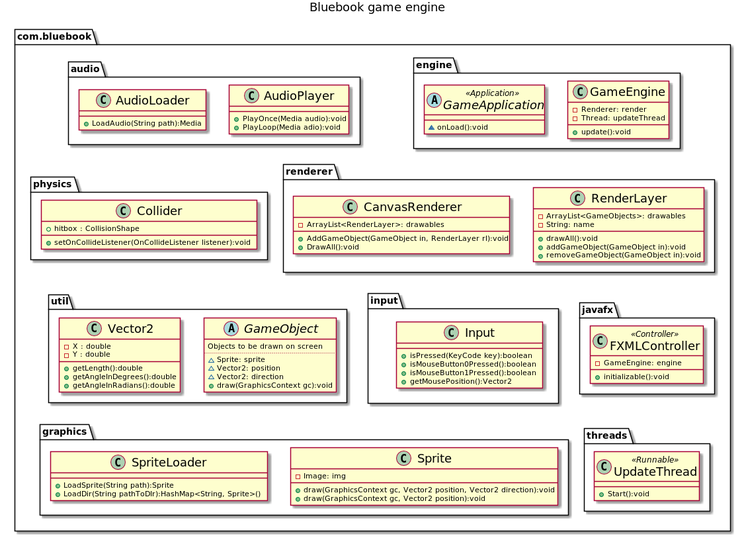
Above: uml/bluebook.png in passeride/TopdownFunTown (PlantUML), before the change.
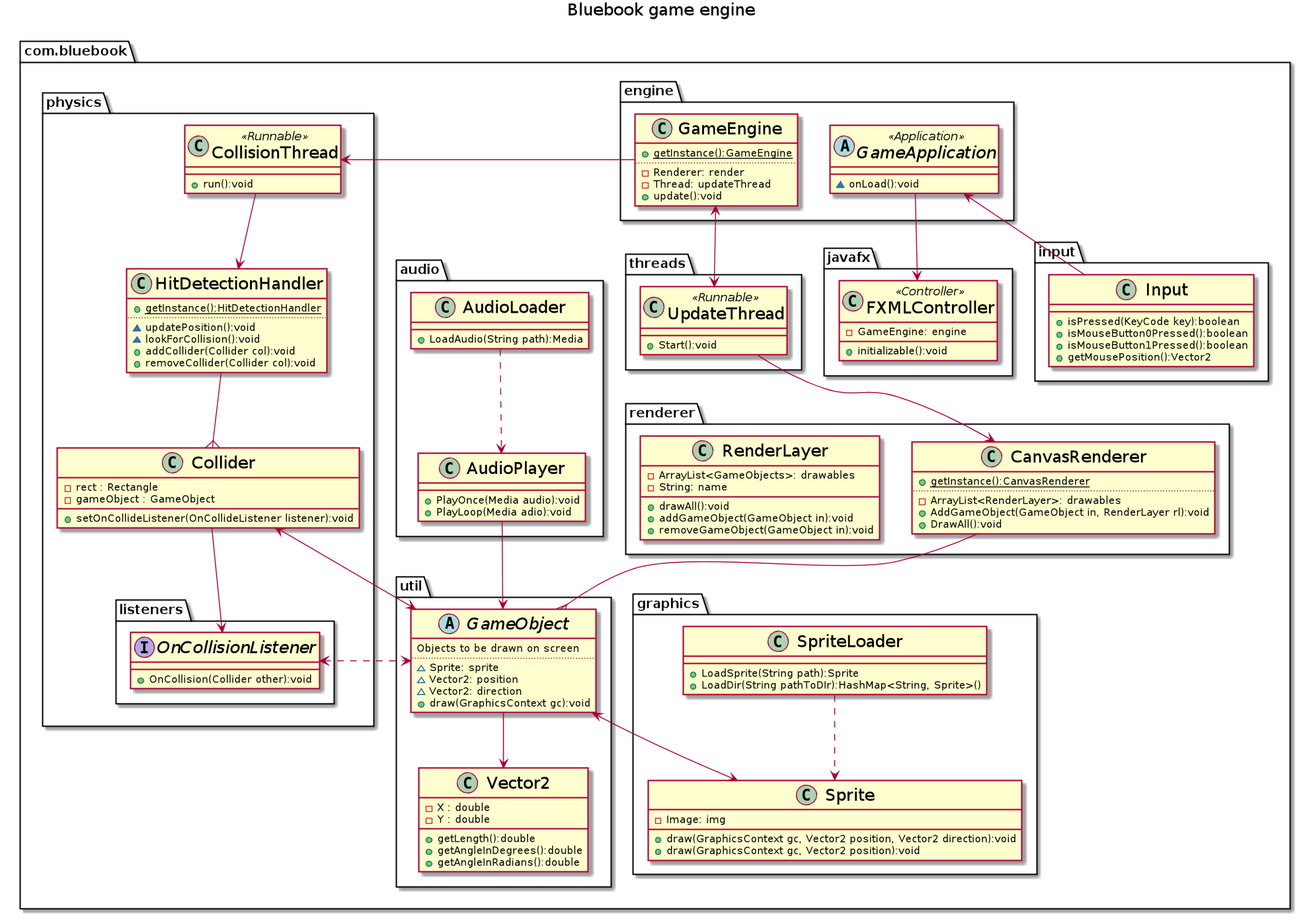
After the change.

Commit message:
Removing CollisionBlox Updating UML

Change to the diagram source:
```diff
@@ -1,5 +1,4 @@
 @startuml
-
 skinparam monochrome false
 skinparam handwritten false
 
@@ -15,9 +14,6 @@
 skinparam class {
 }
 
-
-
-
 title Bluebook game engine
 
 package com.bluebook {
@@ -30,6 +26,8 @@
 
 package engine {
     class GameEngine{
+        {static}+getInstance():GameEngine
+        ..
         -Renderer: render
         -Thread: updateThread
         +update():void
@@ -74,6 +72,8 @@
 package renderer {
 
     class CanvasRenderer{
+        {static}+getInstance():CanvasRenderer
+        ..
         -ArrayList<RenderLayer>: drawables
         +AddGameObject(GameObject in, RenderLayer rl):void
         +DrawAll():void
@@ -119,20 +119,45 @@
 
 package physics{
     class Collider{
-        +hitbox : CollisionShape
+        -rect : Rectangle
+        -gameObject : GameObject
         +setOnCollideListener(OnCollideListener listener):void
+    }
+    class HitDetectionHandler{
+        {static}+getInstance():HitDetectionHandler
+        ..
+        ~updatePosition():void
+        ~lookForCollision():void
+        +addCollider(Collider col):void
+        +removeCollider(Collider col):void
+    }
+    class CollisionThread <<Runnable>>{
+        +run():void
+    }
+    package listeners{
+       interface OnCollisionListener{
+            +OnCollision(Collider other):void
+       }
     }
 }
 
+CollisionThread --> HitDetectionHandler
+HitDetectionHandler --{ Collider
+Collider <-RIGHT-> GameObject
+Collider --> OnCollisionListener
+GameObject --> Vector2
+GameObject <--> Sprite
+SpriteLoader ..> Sprite
+AudioLoader ..>  AudioPlayer
+AudioPlayer --> GameObject
+GameApplication <-- Input
+GameApplication --> FXMLController
+GameEngine -RIGHT-> CollisionThread
+GameEngine <--> UpdateThread
+UpdateThread --> CanvasRenderer
+CanvasRenderer --{ GameObject
+OnCollisionListener <.RIGHT.> GameObject
 
-
-FXMLController -[hidden]DOWN-> UpdateThread
-RenderLayer -[hidden]DOWN-> input
-GameEngine -[hidden]DOWN-> RenderLayer
-Input -[hidden]LEFT-> FXMLController
-GameObject -[hidden]LEFT-> FXMLController
-UpdateThread -[hidden]RIGHT-> Sprite
-Collider -[hidden]RIGHT-> RenderLayer
 
 
 
```
